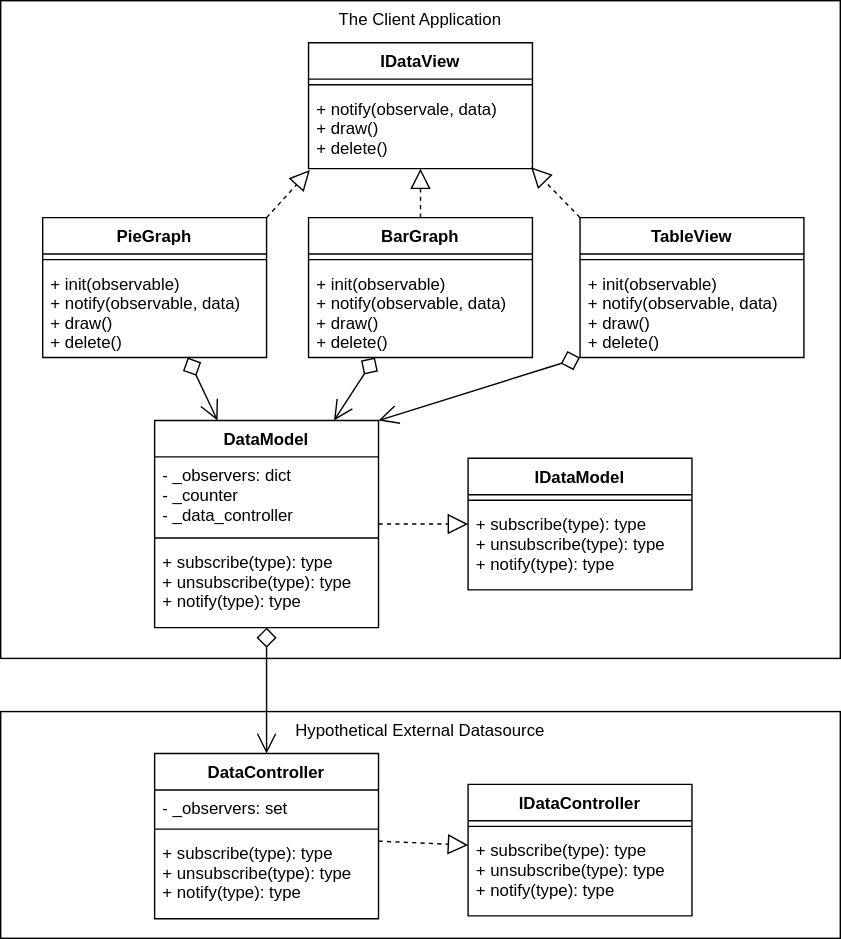
Above: img/observer_example.svg in Sean-Bradley/Design-Patterns-In-Python (draw.io), before the change. Source tidied: cells renumbered, new cells last; positions are measured from the earlier drawing's top-left corner, leaving out a move shared by most shapes.
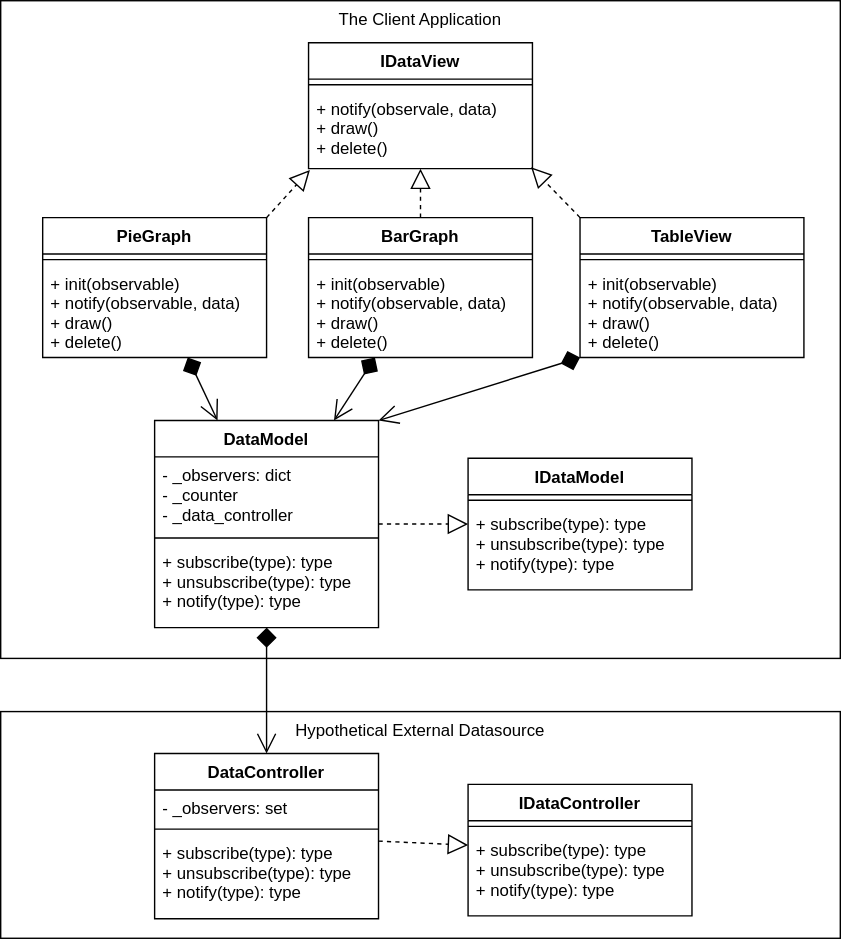
Later version of the same file.

What changed in the source:
```diff
@@ -65,13 +65,13 @@
     <mxCell id="22" style="endArrow=block;dashed=1;endFill=0;endSize=12;html=1;entryX=0.006;entryY=1.018;entryDx=0;entryDy=0;entryPerimeter=0;exitX=1;exitY=0;exitDx=0;exitDy=0;" parent="1" edge="1" source="26" target="10">
       <mxGeometry relative="1" as="geometry" />
     </mxCell>
-    <mxCell id="23" style="endArrow=diamond;endFill=0;endSize=12;html=1;startArrow=open;startFill=0;startSize=12;" parent="1" edge="1" source="11" target="26">
+    <mxCell id="23" style="endArrow=diamond;endFill=1;endSize=12;html=1;startArrow=open;startFill=0;startSize=12;" parent="1" edge="1" source="11" target="26">
       <mxGeometry relative="1" as="geometry" />
     </mxCell>
-    <mxCell id="24" style="endArrow=diamond;endFill=0;endSize=12;html=1;startArrow=open;startFill=0;startSize=12;" parent="1" edge="1" source="11" target="15">
+    <mxCell id="24" style="endArrow=diamond;endFill=1;endSize=12;html=1;startArrow=open;startFill=0;startSize=12;" parent="1" edge="1" source="11" target="15">
       <mxGeometry relative="1" as="geometry" />
     </mxCell>
-    <mxCell id="25" style="endArrow=diamond;endFill=0;endSize=12;html=1;startArrow=open;startFill=0;startSize=12;entryX=0;entryY=1;entryDx=0;entryDy=0;exitX=1;exitY=0;exitDx=0;exitDy=0;" parent="1" edge="1" source="11" target="19">
+    <mxCell id="25" style="endArrow=diamond;endFill=1;endSize=12;html=1;startArrow=open;startFill=0;startSize=12;entryX=0;entryY=1;entryDx=0;entryDy=0;exitX=1;exitY=0;exitDx=0;exitDy=0;" parent="1" edge="1" source="11" target="19">
       <mxGeometry relative="1" as="geometry" />
     </mxCell>
     <mxCell id="26" value="PieGraph" style="swimlane;fontStyle=1;align=center;verticalAlign=top;horizontal=1;startSize=26;" parent="1" vertex="1">
@@ -110,7 +110,7 @@
     <mxCell id="37" style="endArrow=block;dashed=1;endFill=0;endSize=12;html=1;" parent="1" edge="1" source="33" target="30">
       <mxGeometry relative="1" as="geometry" />
     </mxCell>
-    <mxCell id="38" style="endArrow=diamond;endFill=0;endSize=12;html=1;startArrow=open;startFill=0;startSize=12;" parent="1" edge="1" source="33" target="11">
+    <mxCell id="38" style="endArrow=diamond;endFill=1;endSize=12;html=1;startArrow=open;startFill=0;startSize=12;" parent="1" edge="1" source="33" target="11">
       <mxGeometry relative="1" as="geometry" />
     </mxCell>
   </root>
```
